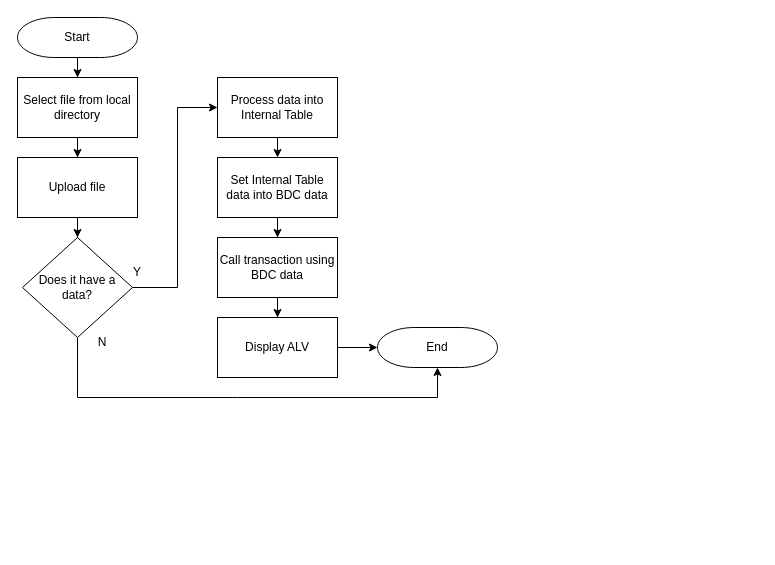
Before: Untitled Diagram.drawio in ivanpilariza/assignment, a draw.io diagram. Source tidied: cells renumbered, new cells numbered last; positions are measured from the earlier drawing's top-left corner, leaving out a move shared by most shapes. Both pictures are drawn from the tidied source at 100%, with x=0, y=0 at pixel (17, 17).
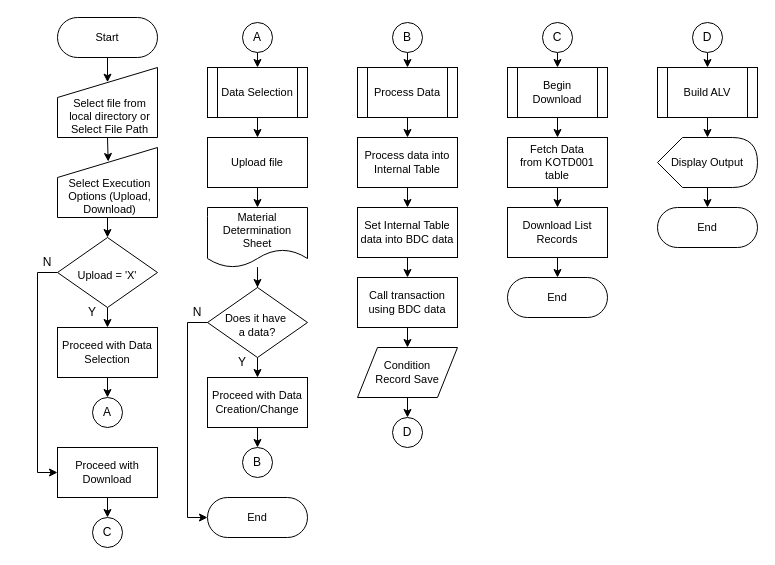
The same diagram, later.

Change to the diagram source:
```diff
@@
-    <mxCell id="2" style="edgeStyle=orthogonalEdgeStyle;rounded=0;jettySize=auto;html=1;" parent="1" edge="1" source="3" target="5">
-      <mxGeometry relative="1" as="geometry" />
-    </mxCell>
+    <mxCell id="11" value="Y" style="text;strokeColor=none;align=center;fillColor=none;html=1;verticalAlign=middle;whiteSpace=wrap;rounded=0;" parent="1" vertex="1">
+      <mxGeometry x="45" y="280" width="60" height="30" as="geometry" />
+    </mxCell>
+    <mxCell id="18" value="N" style="text;strokeColor=none;align=center;fillColor=none;html=1;verticalAlign=middle;whiteSpace=wrap;rounded=0;" parent="1" vertex="1">
+      <mxGeometry y="230" width="60" height="30" as="geometry" />
+    </mxCell>
+    <mxCell id="22" style="edgeStyle=orthogonalEdgeStyle;rounded=0;jettySize=auto;html=1;exitX=0.5;exitY=1;exitDx=0;exitDy=0;entryX=0.507;entryY=0.2;entryDx=0;entryDy=0;entryPerimeter=0;" parent="1" edge="1" source="23" target="26">
+      <mxGeometry relative="1" as="geometry" />
+    </mxCell>
+    <mxCell id="23" value="&lt;br&gt;&lt;br&gt;Select file from local directory or Select File Path" style="shape=manualInput;whiteSpace=wrap;html=1;fontSize=11;spacingTop=2;spacingLeft=5;" parent="1" vertex="1">
+      <mxGeometry x="40" y="50" width="100" height="70" as="geometry" />
+    </mxCell>
+    <mxCell id="24" style="edgeStyle=orthogonalEdgeStyle;rounded=0;jettySize=auto;html=1;exitX=0.5;exitY=0.5;exitDx=0;exitDy=20;exitPerimeter=0;entryX=0.5;entryY=0.21;entryDx=0;entryDy=0;entryPerimeter=0;" parent="1" edge="1" source="3" target="23">
+      <mxGeometry relative="1" as="geometry" />
+    </mxCell>
-    <mxCell id="3" value="Start" style="strokeWidth=1;html=1;shape=mxgraph.flowchart.terminator;whiteSpace=wrap;" parent="1" vertex="1">
-      <mxGeometry width="120" height="40" as="geometry" />
+    <mxCell id="3" value="Start" style="html=1;dashed=0;whiteSpace=wrap;shape=mxgraph.dfd.start;fontSize=11;" parent="1" vertex="1">
+      <mxGeometry x="40" width="100" height="40" as="geometry" />
     </mxCell>
-    <mxCell id="4" style="edgeStyle=orthogonalEdgeStyle;rounded=0;jettySize=auto;html=1;" parent="1" edge="1" source="5" target="7">
-      <mxGeometry relative="1" as="geometry" />
-    </mxCell>
-    <mxCell id="5" value="Select file from local directory" style="whiteSpace=wrap;html=1;strokeWidth=1;" parent="1" vertex="1">
-      <mxGeometry y="60" width="120" height="60" as="geometry" />
-    </mxCell>
-    <mxCell id="6" style="edgeStyle=orthogonalEdgeStyle;rounded=0;jettySize=auto;html=1;" parent="1" edge="1" source="7" target="9">
-      <mxGeometry relative="1" as="geometry" />
-    </mxCell>
+    <mxCell id="25" style="edgeStyle=orthogonalEdgeStyle;rounded=0;jettySize=auto;html=1;exitX=0.5;exitY=1;exitDx=0;exitDy=0;entryX=0.5;entryY=0;entryDx=0;entryDy=0;" parent="1" edge="1" source="26" target="29">
+      <mxGeometry relative="1" as="geometry" />
+    </mxCell>
+    <mxCell id="26" value="&lt;br&gt;&lt;br&gt;Select Execution Options (Upload, Download)" style="shape=manualInput;whiteSpace=wrap;html=1;fontSize=11;spacingTop=2;spacing=2;spacingLeft=5;" parent="1" vertex="1">
+      <mxGeometry x="40" y="130" width="100" height="70" as="geometry" />
+    </mxCell>
+    <mxCell id="27" style="edgeStyle=orthogonalEdgeStyle;rounded=0;jettySize=auto;html=1;exitX=0.5;exitY=1;exitDx=0;exitDy=0;entryX=0.5;entryY=0;entryDx=0;entryDy=0;" parent="1" edge="1" source="29" target="31">
+      <mxGeometry relative="1" as="geometry" />
+    </mxCell>
+    <mxCell id="28" style="edgeStyle=orthogonalEdgeStyle;rounded=0;jettySize=auto;html=1;exitX=0;exitY=0.5;exitDx=0;exitDy=0;entryX=0;entryY=0.5;entryDx=0;entryDy=0;" parent="1" edge="1" source="29" target="38">
+      <mxGeometry relative="1" as="geometry" />
+    </mxCell>
+    <mxCell id="29" value="Upload = 'X'" style="rhombus;whiteSpace=wrap;html=1;strokeWidth=1;fontSize=11;spacingTop=5;" parent="1" vertex="1">
+      <mxGeometry x="40" y="220" width="100" height="70" as="geometry" />
+    </mxCell>
+    <mxCell id="30" style="edgeStyle=orthogonalEdgeStyle;rounded=0;jettySize=auto;html=1;exitX=0.5;exitY=1;exitDx=0;exitDy=0;entryX=0.5;entryY=0;entryDx=0;entryDy=0;" parent="1" edge="1" source="31" target="36">
+      <mxGeometry relative="1" as="geometry" />
+    </mxCell>
+    <mxCell id="31" value="Proceed with Data Selection" style="whiteSpace=wrap;html=1;strokeWidth=1;fontSize=11;" parent="1" vertex="1">
+      <mxGeometry x="40" y="310" width="100" height="50" as="geometry" />
+    </mxCell>
+    <mxCell id="32" style="edgeStyle=orthogonalEdgeStyle;rounded=0;jettySize=auto;html=1;exitX=0.5;exitY=1;exitDx=0;exitDy=0;entryX=0.5;entryY=0;entryDx=0;entryDy=0;" parent="1" edge="1" source="33" target="35">
+      <mxGeometry relative="1" as="geometry" />
+    </mxCell>
+    <mxCell id="33" value="A" style="ellipse;whiteSpace=wrap;html=1;" parent="1" vertex="1">
+      <mxGeometry x="225" y="5" width="30" height="30" as="geometry" />
+    </mxCell>
+    <mxCell id="34" style="edgeStyle=orthogonalEdgeStyle;rounded=0;jettySize=auto;html=1;exitX=0.5;exitY=1;exitDx=0;exitDy=0;entryX=0.5;entryY=0;entryDx=0;entryDy=0;" parent="1" edge="1" source="35" target="7">
+      <mxGeometry relative="1" as="geometry" />
+    </mxCell>
+    <mxCell id="35" value="Data Selection" style="shape=process;whiteSpace=wrap;html=1;backgroundOutline=1;fontSize=11;" parent="1" vertex="1">
+      <mxGeometry x="190" y="50" width="100" height="50" as="geometry" />
+    </mxCell>
+    <mxCell id="36" value="A" style="ellipse;whiteSpace=wrap;html=1;" parent="1" vertex="1">
+      <mxGeometry x="75" y="380" width="30" height="30" as="geometry" />
+    </mxCell>
+    <mxCell id="37" style="edgeStyle=orthogonalEdgeStyle;rounded=0;jettySize=auto;html=1;exitX=0.5;exitY=1;exitDx=0;exitDy=0;entryX=0.5;entryY=0;entryDx=0;entryDy=0;" parent="1" edge="1" source="38" target="39">
+      <mxGeometry relative="1" as="geometry" />
+    </mxCell>
+    <mxCell id="38" value="Proceed with Download" style="whiteSpace=wrap;html=1;strokeWidth=1;fontSize=11;" parent="1" vertex="1">
+      <mxGeometry x="40" y="430" width="100" height="50" as="geometry" />
+    </mxCell>
+    <mxCell id="39" value="C" style="ellipse;whiteSpace=wrap;html=1;" parent="1" vertex="1">
+      <mxGeometry x="75" y="500" width="30" height="30" as="geometry" />
+    </mxCell>
+    <mxCell id="40" style="edgeStyle=orthogonalEdgeStyle;rounded=0;jettySize=auto;html=1;exitX=0.5;exitY=1;exitDx=0;exitDy=0;entryX=0.5;entryY=0;entryDx=0;entryDy=0;" parent="1" edge="1" source="7" target="42">
+      <mxGeometry relative="1" as="geometry" />
+    </mxCell>
-    <mxCell id="7" value="Upload file" style="whiteSpace=wrap;html=1;strokeWidth=1;" parent="1" vertex="1">
-      <mxGeometry y="140" width="120" height="60" as="geometry" />
+    <mxCell id="7" value="Upload file" style="whiteSpace=wrap;html=1;strokeWidth=1;fontSize=11;" parent="1" vertex="1">
+      <mxGeometry x="190" y="120" width="100" height="50" as="geometry" />
     </mxCell>
-    <mxCell id="8" style="edgeStyle=orthogonalEdgeStyle;rounded=0;jettySize=auto;html=1;" parent="1" edge="1" source="9" target="10">
-      <mxGeometry relative="1" as="geometry">
-        <Array as="points">
-          <mxPoint x="160" y="270" />
-        </Array>
-      </mxGeometry>
-    </mxCell>
+    <mxCell id="41" style="edgeStyle=orthogonalEdgeStyle;rounded=0;jettySize=auto;html=1;" parent="1" edge="1" source="42" target="9">
+      <mxGeometry relative="1" as="geometry" />
+    </mxCell>
+    <mxCell id="42" value="Material Determination Sheet" style="shape=document;whiteSpace=wrap;html=1;boundedLbl=1;fontSize=11;spacingTop=3;" parent="1" vertex="1">
+      <mxGeometry x="190" y="190" width="100" height="60" as="geometry" />
+    </mxCell>
+    <mxCell id="43" style="edgeStyle=orthogonalEdgeStyle;rounded=0;jettySize=auto;html=1;exitX=0.5;exitY=1;exitDx=0;exitDy=0;entryX=0.5;entryY=0;entryDx=0;entryDy=0;" parent="1" edge="1" source="9" target="53">
+      <mxGeometry relative="1" as="geometry" />
+    </mxCell>
+    <mxCell id="44" style="edgeStyle=orthogonalEdgeStyle;rounded=0;jettySize=auto;html=1;exitX=0;exitY=0.5;exitDx=0;exitDy=0;entryX=0;entryY=0.5;entryDx=0;entryDy=0;entryPerimeter=0;" parent="1" edge="1" source="9" target="55">
+      <mxGeometry relative="1" as="geometry" />
+    </mxCell>
-    <mxCell id="9" value="Does it have a data?" style="rhombus;whiteSpace=wrap;html=1;strokeWidth=1;" parent="1" vertex="1">
-      <mxGeometry x="5" y="220" width="110" height="100" as="geometry" />
+    <mxCell id="9" value="Does it have&amp;nbsp;&lt;br&gt;a data?" style="rhombus;whiteSpace=wrap;html=1;strokeWidth=1;fontSize=11;spacingTop=5;" parent="1" vertex="1">
+      <mxGeometry x="190" y="270" width="100" height="70" as="geometry" />
     </mxCell>
+    <mxCell id="45" style="edgeStyle=orthogonalEdgeStyle;rounded=0;jettySize=auto;html=1;exitX=0.5;exitY=1;exitDx=0;exitDy=0;entryX=0.5;entryY=0;entryDx=0;entryDy=0;" parent="1" edge="1" source="46" target="10">
+      <mxGeometry relative="1" as="geometry" />
+    </mxCell>
+    <mxCell id="46" value="Process Data" style="shape=process;whiteSpace=wrap;html=1;backgroundOutline=1;fontSize=11;" parent="1" vertex="1">
+      <mxGeometry x="340" y="50" width="100" height="50" as="geometry" />
+    </mxCell>
+    <mxCell id="47" style="edgeStyle=orthogonalEdgeStyle;rounded=0;jettySize=auto;html=1;exitX=0.5;exitY=1;exitDx=0;exitDy=0;entryX=0.5;entryY=0;entryDx=0;entryDy=0;" parent="1" edge="1" source="48" target="46">
+      <mxGeometry relative="1" as="geometry" />
+    </mxCell>
+    <mxCell id="48" value="B" style="ellipse;whiteSpace=wrap;html=1;" parent="1" vertex="1">
+      <mxGeometry x="375" y="5" width="30" height="30" as="geometry" />
+    </mxCell>
+    <mxCell id="19" style="edgeStyle=orthogonalEdgeStyle;rounded=0;jettySize=auto;html=1;exitX=0.5;exitY=1;exitDx=0;exitDy=0;entryX=0.5;entryY=0;entryDx=0;entryDy=0;" parent="1" edge="1" source="10" target="13">
+      <mxGeometry relative="1" as="geometry" />
+    </mxCell>
-    <mxCell id="10" value="Process data into Internal Table" style="whiteSpace=wrap;html=1;strokeWidth=1;" parent="1" vertex="1">
-      <mxGeometry x="200" y="60" width="120" height="60" as="geometry" />
+    <mxCell id="10" value="Process data into Internal Table" style="whiteSpace=wrap;html=1;strokeWidth=1;fontSize=11;" parent="1" vertex="1">
+      <mxGeometry x="340" y="120" width="100" height="50" as="geometry" />
     </mxCell>
-    <mxCell id="11" value="Y" style="text;strokeColor=none;align=center;fillColor=none;html=1;verticalAlign=middle;whiteSpace=wrap;rounded=0;" parent="1" vertex="1">
-      <mxGeometry x="90" y="240" width="60" height="30" as="geometry" />
-    </mxCell>
-    <mxCell id="12" style="edgeStyle=orthogonalEdgeStyle;rounded=0;jettySize=auto;html=1;" parent="1" edge="1" source="13" target="15">
+    <mxCell id="12" style="edgeStyle=orthogonalEdgeStyle;rounded=0;jettySize=auto;html=1;exitX=0.5;exitY=1;exitDx=0;exitDy=0;entryX=0.5;entryY=0;entryDx=0;entryDy=0;" parent="1" edge="1" source="13" target="15">
       <mxGeometry relative="1" as="geometry" />
     </mxCell>
-    <mxCell id="13" value="Set Internal Table data into BDC data" style="whiteSpace=wrap;html=1;strokeWidth=1;" parent="1" vertex="1">
-      <mxGeometry x="200" y="140" width="120" height="60" as="geometry" />
+    <mxCell id="13" value="Set Internal Table data into BDC data" style="whiteSpace=wrap;html=1;strokeWidth=1;fontSize=11;" parent="1" vertex="1">
+      <mxGeometry x="340" y="190" width="100" height="50" as="geometry" />
     </mxCell>
-    <mxCell id="14" style="edgeStyle=orthogonalEdgeStyle;rounded=0;jettySize=auto;html=1;" parent="1" edge="1" source="15" target="21">
-      <mxGeometry relative="1" as="geometry" />
-    </mxCell>
+    <mxCell id="49" style="edgeStyle=orthogonalEdgeStyle;rounded=0;jettySize=auto;html=1;exitX=0.5;exitY=1;exitDx=0;exitDy=0;entryX=0.5;entryY=0;entryDx=0;entryDy=0;" parent="1" edge="1" source="15" target="51">
+      <mxGeometry relative="1" as="geometry" />
+    </mxCell>
-    <mxCell id="15" value="Call transaction using BDC data" style="whiteSpace=wrap;html=1;strokeWidth=1;" parent="1" vertex="1">
-      <mxGeometry x="200" y="220" width="120" height="60" as="geometry" />
+    <mxCell id="15" value="Call transaction using BDC data" style="whiteSpace=wrap;html=1;strokeWidth=1;fontSize=11;" parent="1" vertex="1">
+      <mxGeometry x="340" y="260" width="100" height="50" as="geometry" />
     </mxCell>
-    <mxCell id="16" value="End" style="strokeWidth=1;html=1;shape=mxgraph.flowchart.terminator;whiteSpace=wrap;" parent="1" vertex="1">
-      <mxGeometry x="360" y="310" width="120" height="40" as="geometry" />
-    </mxCell>
-    <mxCell id="17" style="endArrow=classic;html=1;rounded=0;exitX=0.5;exitY=1;exitDx=0;exitDy=0;entryX=0.5;entryY=1;entryDx=0;entryDy=0;entryPerimeter=0;" parent="1" edge="1" source="9" target="16">
-      <mxGeometry relative="1" as="geometry">
-        <Array as="points">
-          <mxPoint x="60" y="380" />
-          <mxPoint x="220" y="380" />
-          <mxPoint x="420" y="380" />
-        </Array>
-      </mxGeometry>
-    </mxCell>
-    <mxCell id="18" value="N" style="text;strokeColor=none;align=center;fillColor=none;html=1;verticalAlign=middle;whiteSpace=wrap;rounded=0;" parent="1" vertex="1">
-      <mxGeometry x="55" y="310" width="60" height="30" as="geometry" />
-    </mxCell>
-    <mxCell id="19" style="endArrow=classic;html=1;rounded=0;exitX=0.5;exitY=1;exitDx=0;exitDy=0;entryX=0.5;entryY=0;entryDx=0;entryDy=0;" parent="1" edge="1" source="10" target="13">
-      <mxGeometry relative="1" as="geometry" />
-    </mxCell>
-    <mxCell id="20" style="edgeStyle=orthogonalEdgeStyle;rounded=0;jettySize=auto;html=1;exitX=1;exitY=0.5;exitDx=0;exitDy=0;entryX=0;entryY=0.5;entryDx=0;entryDy=0;entryPerimeter=0;" parent="1" edge="1" source="21" target="16">
-      <mxGeometry relative="1" as="geometry" />
-    </mxCell>
-    <mxCell id="21" value="Display ALV" style="whiteSpace=wrap;html=1;strokeWidth=1;" parent="1" vertex="1">
-      <mxGeometry x="200" y="300" width="120" height="60" as="geometry" />
-    </mxCell>
+    <mxCell id="50" style="edgeStyle=orthogonalEdgeStyle;rounded=0;jettySize=auto;html=1;exitX=0.5;exitY=1;exitDx=0;exitDy=0;entryX=0.5;entryY=0;entryDx=0;entryDy=0;" parent="1" edge="1" source="51" target="67">
+      <mxGeometry relative="1" as="geometry" />
+    </mxCell>
+    <mxCell id="51" value="Condition &lt;br&gt;Record Save" style="shape=parallelogram;perimeter=parallelogramPerimeter;whiteSpace=wrap;html=1;fixedSize=1;fontSize=11;" parent="1" vertex="1">
+      <mxGeometry x="340" y="330" width="100" height="50" as="geometry" />
+    </mxCell>
+    <mxCell id="52" style="edgeStyle=orthogonalEdgeStyle;rounded=0;jettySize=auto;html=1;exitX=0.5;exitY=1;exitDx=0;exitDy=0;entryX=0.5;entryY=0;entryDx=0;entryDy=0;" parent="1" edge="1" source="53" target="54">
+      <mxGeometry relative="1" as="geometry" />
+    </mxCell>
+    <mxCell id="53" value="Proceed with Data Creation/Change" style="whiteSpace=wrap;html=1;strokeWidth=1;fontSize=11;" parent="1" vertex="1">
+      <mxGeometry x="190" y="360" width="100" height="50" as="geometry" />
+    </mxCell>
+    <mxCell id="54" value="B" style="ellipse;whiteSpace=wrap;html=1;" parent="1" vertex="1">
+      <mxGeometry x="225" y="430" width="30" height="30" as="geometry" />
+    </mxCell>
+    <mxCell id="55" value="End" style="html=1;dashed=0;whiteSpace=wrap;shape=mxgraph.dfd.start;fontSize=11;" parent="1" vertex="1">
+      <mxGeometry x="190" y="480" width="100" height="40" as="geometry" />
+    </mxCell>
+    <mxCell id="56" value="Y" style="text;strokeColor=none;align=center;fillColor=none;html=1;verticalAlign=middle;whiteSpace=wrap;rounded=0;" parent="1" vertex="1">
+      <mxGeometry x="195" y="330" width="60" height="30" as="geometry" />
+    </mxCell>
+    <mxCell id="57" value="N" style="text;strokeColor=none;align=center;fillColor=none;html=1;verticalAlign=middle;whiteSpace=wrap;rounded=0;" parent="1" vertex="1">
+      <mxGeometry x="150" y="280" width="60" height="30" as="geometry" />
+    </mxCell>
+    <mxCell id="58" style="edgeStyle=orthogonalEdgeStyle;rounded=0;jettySize=auto;html=1;exitX=0.5;exitY=1;exitDx=0;exitDy=0;entryX=0.5;entryY=0;entryDx=0;entryDy=0;" parent="1" edge="1" source="59" target="63">
+      <mxGeometry relative="1" as="geometry" />
+    </mxCell>
+    <mxCell id="59" value="Begin Download" style="shape=process;whiteSpace=wrap;html=1;backgroundOutline=1;fontSize=11;" parent="1" vertex="1">
+      <mxGeometry x="490" y="50" width="100" height="50" as="geometry" />
+    </mxCell>
+    <mxCell id="60" style="edgeStyle=orthogonalEdgeStyle;rounded=0;jettySize=auto;html=1;exitX=0.5;exitY=1;exitDx=0;exitDy=0;entryX=0.5;entryY=0;entryDx=0;entryDy=0;" parent="1" edge="1" source="61" target="59">
+      <mxGeometry relative="1" as="geometry" />
+    </mxCell>
+    <mxCell id="61" value="C" style="ellipse;whiteSpace=wrap;html=1;" parent="1" vertex="1">
+      <mxGeometry x="525" y="5" width="30" height="30" as="geometry" />
+    </mxCell>
+    <mxCell id="62" style="edgeStyle=orthogonalEdgeStyle;rounded=0;jettySize=auto;html=1;exitX=0.5;exitY=1;exitDx=0;exitDy=0;entryX=0.5;entryY=0;entryDx=0;entryDy=0;" parent="1" edge="1" source="63" target="65">
+      <mxGeometry relative="1" as="geometry" />
+    </mxCell>
+    <mxCell id="63" value="Fetch Data from&amp;nbsp;KOTD001 table&lt;div style=&quot;background-color:#2f2f2f;padding:0px 0px 0px 2px;&quot;&gt;&lt;div style=&quot;color: rgb(170, 170, 170); font-family: Consolas; font-size: 8pt;&quot;&gt;&lt;p style=&quot;background-color:#373737;margin:0;&quot;&gt;&lt;span style=&quot;color:#56a5e4;&quot;&gt;&lt;/span&gt;&lt;/p&gt;&lt;/div&gt;&lt;/div&gt;" style="whiteSpace=wrap;html=1;strokeWidth=1;fontSize=11;" parent="1" vertex="1">
+      <mxGeometry x="490" y="120" width="100" height="50" as="geometry" />
+    </mxCell>
+    <mxCell id="64" style="edgeStyle=orthogonalEdgeStyle;rounded=0;jettySize=auto;html=1;exitX=0.5;exitY=1;exitDx=0;exitDy=0;entryX=0.5;entryY=0.5;entryDx=0;entryDy=-20;entryPerimeter=0;" parent="1" edge="1" source="65" target="66">
+      <mxGeometry relative="1" as="geometry" />
+    </mxCell>
+    <mxCell id="65" value="Download List Records&lt;div style=&quot;background-color:#2f2f2f;padding:0px 0px 0px 2px;&quot;&gt;&lt;div style=&quot;color: rgb(170, 170, 170); font-family: Consolas; font-size: 8pt;&quot;&gt;&lt;p style=&quot;background-color:#373737;margin:0;&quot;&gt;&lt;span style=&quot;color:#56a5e4;&quot;&gt;&lt;/span&gt;&lt;/p&gt;&lt;/div&gt;&lt;/div&gt;" style="whiteSpace=wrap;html=1;strokeWidth=1;fontSize=11;" parent="1" vertex="1">
+      <mxGeometry x="490" y="190" width="100" height="50" as="geometry" />
+    </mxCell>
+    <mxCell id="66" value="End" style="html=1;dashed=0;whiteSpace=wrap;shape=mxgraph.dfd.start;fontSize=11;" parent="1" vertex="1">
+      <mxGeometry x="490" y="260" width="100" height="40" as="geometry" />
+    </mxCell>
+    <mxCell id="67" value="D" style="ellipse;whiteSpace=wrap;html=1;" parent="1" vertex="1">
+      <mxGeometry x="375" y="400" width="30" height="30" as="geometry" />
+    </mxCell>
+    <mxCell id="68" style="edgeStyle=orthogonalEdgeStyle;rounded=0;jettySize=auto;html=1;exitX=0.5;exitY=1;exitDx=0;exitDy=0;entryX=0.5;entryY=0;entryDx=0;entryDy=0;" parent="1" edge="1" source="69" target="71">
+      <mxGeometry relative="1" as="geometry" />
+    </mxCell>
+    <mxCell id="69" value="D" style="ellipse;whiteSpace=wrap;html=1;" parent="1" vertex="1">
+      <mxGeometry x="675" y="5" width="30" height="30" as="geometry" />
+    </mxCell>
+    <mxCell id="70" style="edgeStyle=orthogonalEdgeStyle;rounded=0;jettySize=auto;html=1;exitX=0.5;exitY=1;exitDx=0;exitDy=0;entryX=0;entryY=0;entryDx=50;entryDy=0;entryPerimeter=0;" parent="1" edge="1" source="71" target="74">
+      <mxGeometry relative="1" as="geometry" />
+    </mxCell>
+    <mxCell id="71" value="Build ALV" style="shape=process;whiteSpace=wrap;html=1;backgroundOutline=1;fontSize=11;" parent="1" vertex="1">
+      <mxGeometry x="640" y="50" width="100" height="50" as="geometry" />
+    </mxCell>
+    <mxCell id="72" value="End" style="html=1;dashed=0;whiteSpace=wrap;shape=mxgraph.dfd.start;fontSize=11;" parent="1" vertex="1">
+      <mxGeometry x="640" y="190" width="100" height="40" as="geometry" />
+    </mxCell>
+    <mxCell id="73" style="edgeStyle=orthogonalEdgeStyle;rounded=0;jettySize=auto;html=1;exitX=0;exitY=0;exitDx=50;exitDy=50;exitPerimeter=0;entryX=0.5;entryY=0.5;entryDx=0;entryDy=-20;entryPerimeter=0;" parent="1" edge="1" source="74" target="72">
+      <mxGeometry relative="1" as="geometry" />
+    </mxCell>
+    <mxCell id="74" value="Display Output" style="shape=display;whiteSpace=wrap;html=1;fontSize=11;" parent="1" vertex="1">
+      <mxGeometry x="640" y="120" width="100" height="50" as="geometry" />
+    </mxCell>
```
